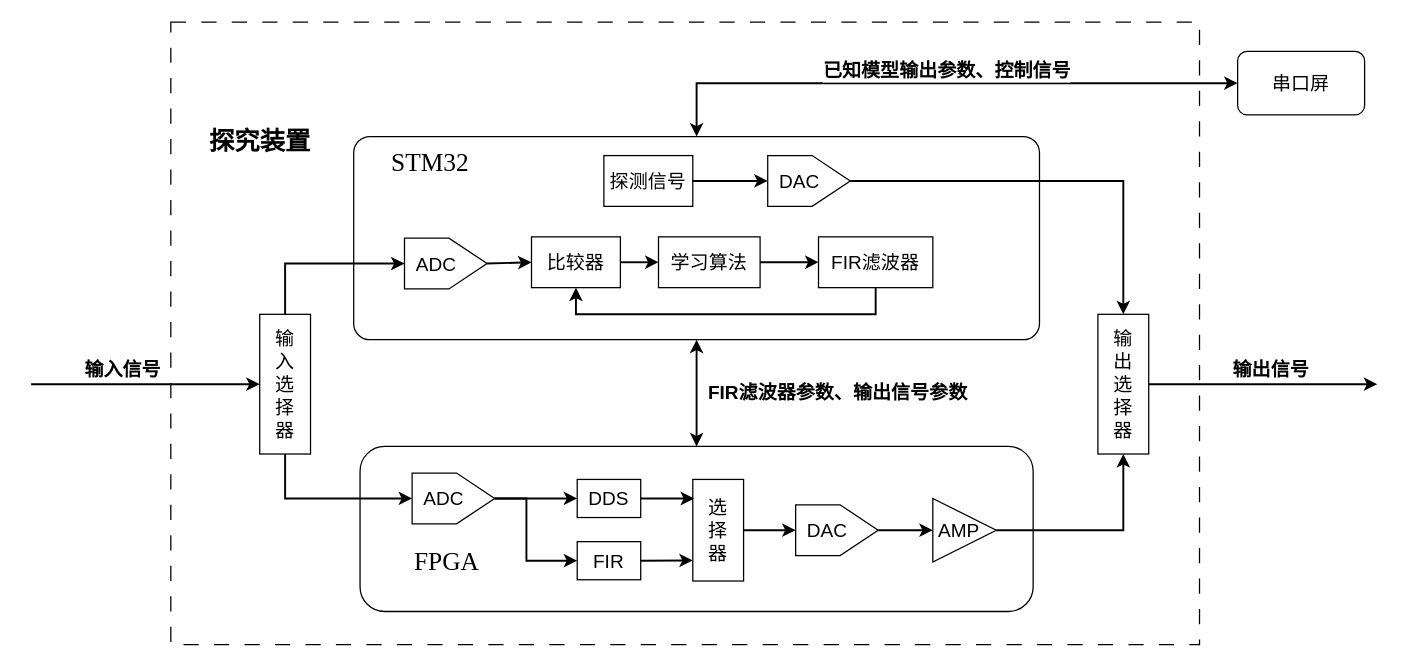
Earlier version of the draw.io diagram 25G系统框图.drawio (zeandon/draw.io). Source tidied: cells renumbered, new cells numbered last; positions are measured from the earlier drawing's top-left corner, leaving out a move shared by most shapes. Both pictures are drawn from the tidied source at 127%, with x=0, y=0 at pixel (30, 22).
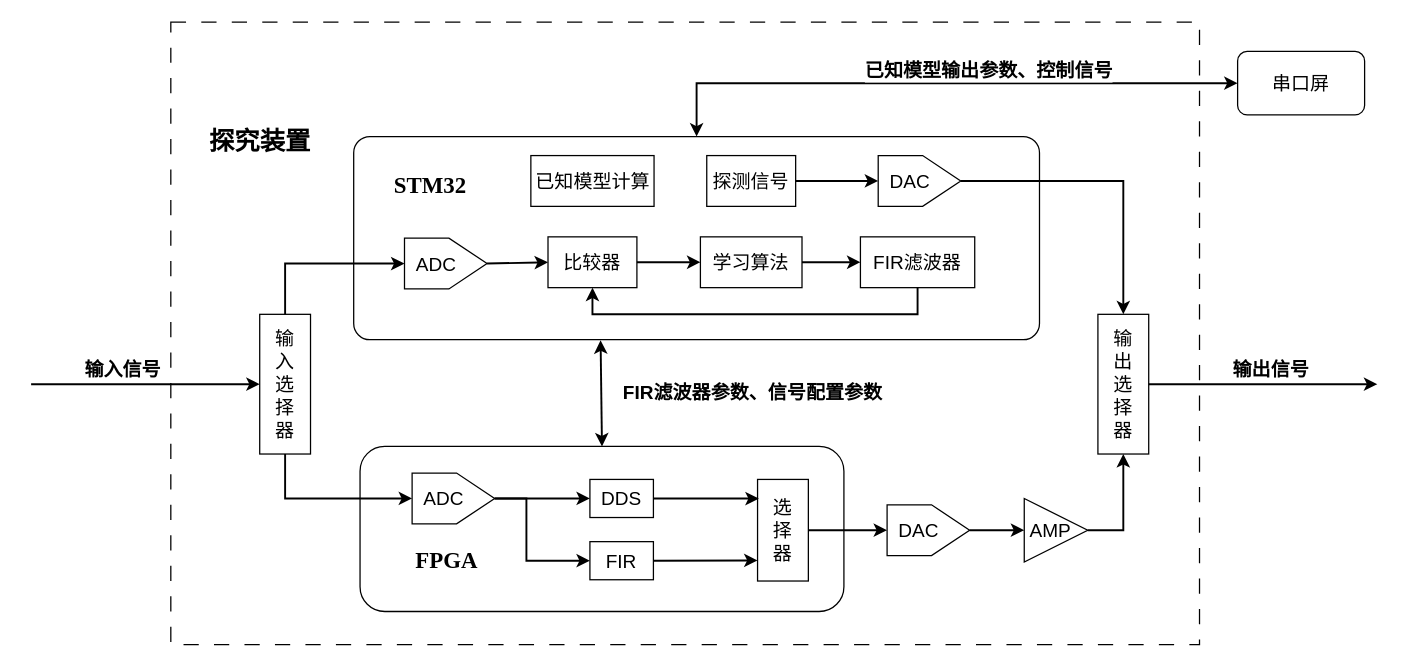
After the change.

Commit message:
更新25G系统框图.drawio

Unchanged cells that the change refers to:
```xml
<mxCell id="3" style="rounded=1;whiteSpace=wrap;html=1;arcSize=8;" parent="1" vertex="1">
  <mxGeometry x="254" y="90" width="540" height="160" as="geometry" />
</mxCell>
```

What changed in the source:
```diff
@@
     <mxCell id="4" style="rounded=1;whiteSpace=wrap;html=1;" parent="1" vertex="1">
-      <mxGeometry x="259" y="334" width="530" height="130" as="geometry" />
+      <mxGeometry x="259" y="334" width="381" height="130" as="geometry" />
     </mxCell>
@@
-    <mxCell id="7" value="STM32" style="text;strokeColor=none;fillColor=none;html=1;fontSize=20;fontStyle=0;verticalAlign=middle;align=center;fontFamily=Times New Roman;" parent="1" vertex="1">
-      <mxGeometry x="264" y="90" width="100" height="40" as="geometry" />
+    <mxCell id="7" value="STM32" style="text;strokeColor=none;fillColor=none;html=1;fontSize=18;fontStyle=1;verticalAlign=middle;align=center;fontFamily=Times New Roman;" parent="1" vertex="1">
+      <mxGeometry x="264" y="109" width="100" height="40" as="geometry" />
     </mxCell>
     <mxCell id="8" value="比较器" style="rounded=0;whiteSpace=wrap;html=1;fontSize=15;" parent="1" vertex="1">
-      <mxGeometry x="394" y="169" width="70" height="40" as="geometry" />
+      <mxGeometry x="407" y="169" width="70" height="40" as="geometry" />
     </mxCell>
     <mxCell id="9" value="学习算法" style="rounded=0;whiteSpace=wrap;html=1;fontSize=15;" parent="1" vertex="1">
-      <mxGeometry x="494" y="169" width="80" height="40" as="geometry" />
+      <mxGeometry x="527" y="169" width="80" height="40" as="geometry" />
     </mxCell>
     <mxCell id="10" value="FIR滤波器" style="rounded=0;whiteSpace=wrap;html=1;fontSize=15;" parent="1" vertex="1">
-      <mxGeometry x="620" y="169" width="90" height="40" as="geometry" />
+      <mxGeometry x="653" y="169" width="90" height="40" as="geometry" />
     </mxCell>
@@
-    <mxCell id="12" value="FPGA" style="text;strokeColor=none;fillColor=none;html=1;fontSize=20;fontStyle=0;verticalAlign=middle;align=center;fontFamily=Times New Roman;" parent="1" vertex="1">
+    <mxCell id="12" value="FPGA" style="text;strokeColor=none;fillColor=none;html=1;fontSize=18;fontStyle=1;verticalAlign=middle;align=center;fontFamily=Times New Roman;" parent="1" vertex="1">
       <mxGeometry x="276.5" y="404" width="100" height="40" as="geometry" />
     </mxCell>
     <mxCell id="13" value="DDS" style="rounded=0;whiteSpace=wrap;html=1;fontSize=15;" parent="1" vertex="1">
-      <mxGeometry x="430" y="360" width="50" height="30" as="geometry" />
+      <mxGeometry x="440" y="360" width="50" height="30" as="geometry" />
     </mxCell>
     <mxCell id="14" value="DAC&amp;nbsp; &amp;nbsp;&amp;nbsp;" style="html=1;shadow=0;dashed=0;align=center;verticalAlign=middle;shape=mxgraph.arrows2.arrow;dy=0;dx=30;notch=0;fontSize=15;" parent="1" vertex="1">
-      <mxGeometry x="602" y="380" width="65" height="40" as="geometry" />
+      <mxGeometry x="674" y="380" width="65" height="40" as="geometry" />
     </mxCell>
     <mxCell id="15" value="AMP&amp;nbsp;&amp;nbsp;" style="triangle;whiteSpace=wrap;html=1;fontSize=15;" parent="1" vertex="1">
-      <mxGeometry x="710" y="375" width="50" height="50" as="geometry" />
+      <mxGeometry x="782" y="375" width="50" height="50" as="geometry" />
     </mxCell>
@@
     <mxCell id="22" value="DAC&amp;nbsp; &amp;nbsp;&amp;nbsp;" style="html=1;shadow=0;dashed=0;align=center;verticalAlign=middle;shape=mxgraph.arrows2.arrow;dy=0;dx=30;notch=0;fontSize=15;" parent="1" vertex="1">
-      <mxGeometry x="580" y="105" width="65" height="40" as="geometry" />
+      <mxGeometry x="667" y="105" width="65" height="40" as="geometry" />
     </mxCell>
@@
     <mxCell id="24" value="探测信号" style="rounded=0;whiteSpace=wrap;html=1;fontSize=15;" parent="1" vertex="1">
-      <mxGeometry x="451" y="105" width="70" height="40" as="geometry" />
+      <mxGeometry x="532" y="105" width="70" height="40" as="geometry" />
     </mxCell>
@@
     <mxCell id="30" style="endArrow=classic;html=1;rounded=0;strokeWidth=1.5;entryX=0.5;entryY=1;entryDx=0;entryDy=0;exitX=0.5;exitY=1;exitDx=0;exitDy=0;" parent="1" edge="1" source="10" target="8">
       <mxGeometry relative="1" as="geometry">
         <Array as="points">
-          <mxPoint x="665" y="230" />
-          <mxPoint x="429" y="230" />
+          <mxPoint x="698" y="230" />
+          <mxPoint x="442" y="230" />
         </Array>
       </mxGeometry>
     </mxCell>
     <mxCell id="31" value="FIR" style="rounded=0;whiteSpace=wrap;html=1;fontSize=15;" parent="1" vertex="1">
-      <mxGeometry x="430" y="409" width="50" height="30" as="geometry" />
+      <mxGeometry x="440" y="409" width="50" height="30" as="geometry" />
     </mxCell>
@@
     <mxCell id="34" value="&lt;div&gt;选&lt;/div&gt;&lt;div&gt;择&lt;/div&gt;&lt;div&gt;器&lt;/div&gt;" style="rounded=0;whiteSpace=wrap;html=1;fontSize=15;" parent="1" vertex="1">
-      <mxGeometry x="521" y="360" width="40" height="80" as="geometry" />
+      <mxGeometry x="572" y="360" width="40" height="80" as="geometry" />
     </mxCell>
@@
     <mxCell id="43" value="已知模型输出参数、控制信号" style="edgeLabel;html=1;align=center;verticalAlign=middle;fontStyle=1;fontSize=15;" parent="1" vertex="1">
-      <mxGeometry x="720" y="37" as="geometry" />
+      <mxGeometry x="753" y="37" as="geometry" />
     </mxCell>
-    <mxCell id="44" value="FIR滤波器参数、输出信号参数" style="edgeLabel;html=1;align=center;verticalAlign=middle;fontStyle=1;fontSize=15;" parent="1" vertex="1">
-      <mxGeometry x="634.5" y="290" as="geometry" />
+    <mxCell id="44" value="FIR滤波器参数、信号配置参数" style="edgeLabel;html=1;align=center;verticalAlign=middle;fontStyle=1;fontSize=15;" parent="1" vertex="1">
+      <mxGeometry x="567" y="290" as="geometry" />
     </mxCell>
-    <mxCell id="45" style="endArrow=classic;html=1;rounded=0;strokeWidth=1.5;startArrow=classic;startFill=1;exitX=0.5;exitY=1;exitDx=0;exitDy=0;entryX=0.5;entryY=0;entryDx=0;entryDy=0;" parent="1" edge="1" source="3" target="4">
+    <mxCell id="45" style="endArrow=classic;html=1;rounded=0;strokeWidth=1.5;startArrow=classic;startFill=1;exitX=0.36;exitY=1.003;exitDx=0;exitDy=0;entryX=0.5;entryY=0;entryDx=0;entryDy=0;exitPerimeter=0;" parent="1" edge="1" source="3" target="4">
       <mxGeometry relative="1" as="geometry" />
     </mxCell>
+    <mxCell id="46" value="已知模型计算" style="rounded=0;whiteSpace=wrap;html=1;fontSize=15;" parent="1" vertex="1">
+      <mxGeometry x="393.5" y="105" width="97" height="40" as="geometry" />
+    </mxCell>
```
